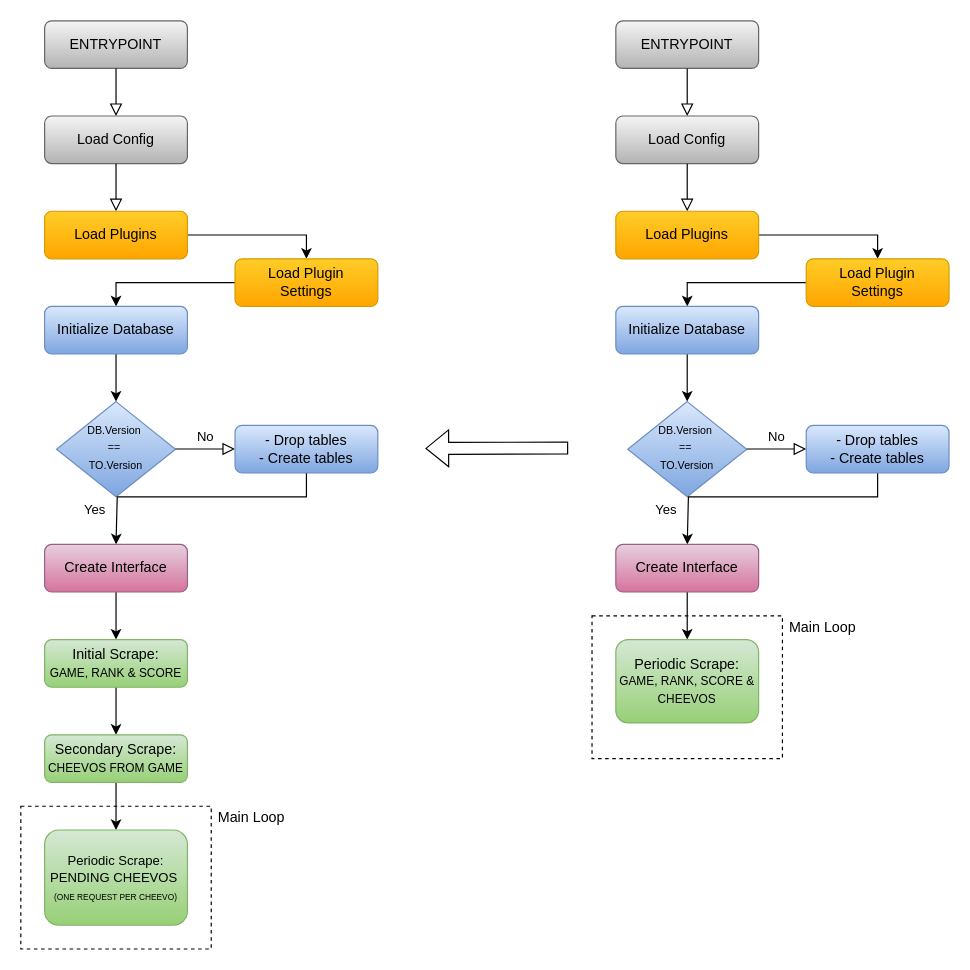
Above: doc/ra-scraper-migration.drawio in pinakure/TrackOverlayer (draw.io), before the change. Source tidied: cells renumbered, new cells numbered last; positions are measured from the earlier drawing's top-left corner, leaving out a move shared by most shapes. Both pictures are drawn from the tidied source at 119%, with x=0, y=0 at pixel (20, 20).
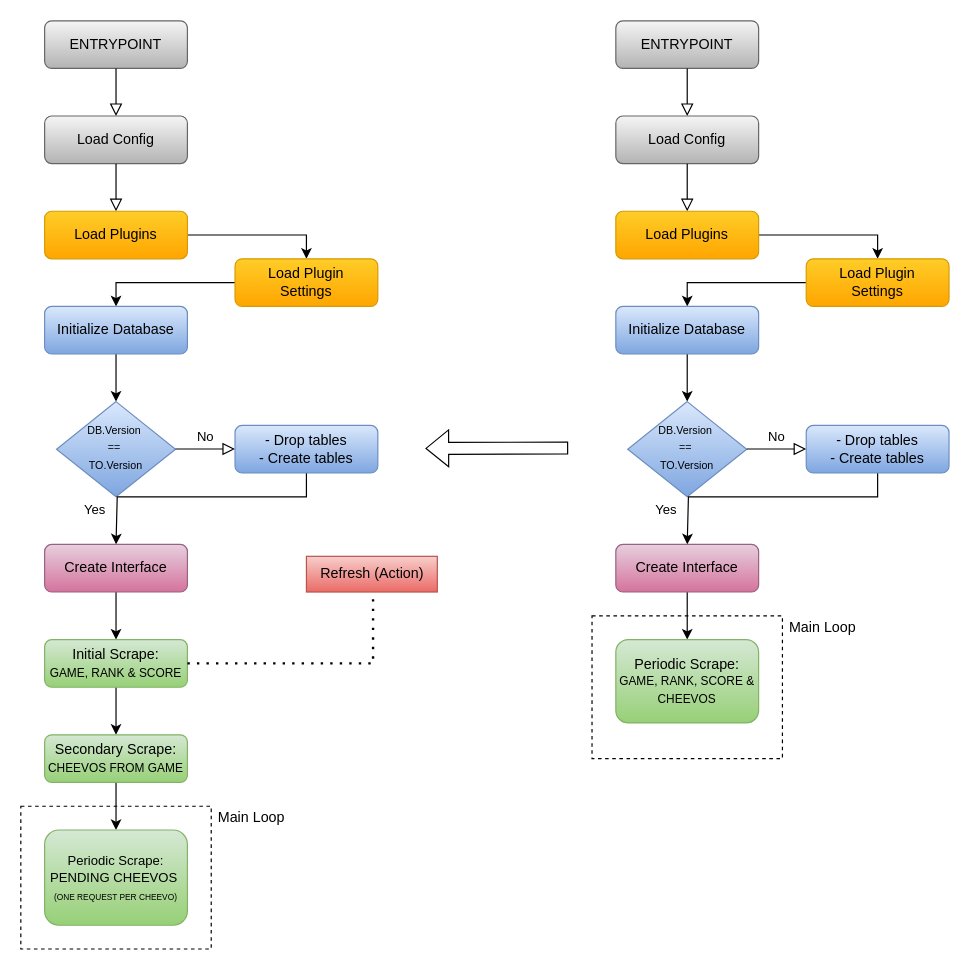
The same diagram, later.

The change refers to these unchanged cells:
```xml
<mxCell id="21" value="Initial Scrape:&lt;br&gt;&lt;font style=&quot;font-size: 10px;&quot;&gt;GAME, RANK &amp;amp;&amp;nbsp;SCORE&lt;/font&gt;" style="rounded=1;whiteSpace=wrap;html=1;fontSize=12;glass=0;strokeWidth=1;shadow=0;fillColor=#d5e8d4;strokeColor=#82b366;gradientColor=#97d077;" parent="1" vertex="1">
  <mxGeometry x="20" y="520" width="120" height="40" as="geometry" />
</mxCell>
```

Change to the diagram source:
```diff
@@
+    <mxCell id="47" style="endArrow=none;dashed=1;html=1;dashPattern=1 3;strokeWidth=2;rounded=0;exitX=1;exitY=0.5;exitDx=0;exitDy=0;" parent="1" edge="1" source="21">
+      <mxGeometry relative="1" as="geometry">
+        <mxPoint x="296" y="480" as="targetPoint" />
+        <Array as="points">
+          <mxPoint x="296" y="540" />
+        </Array>
+      </mxGeometry>
+    </mxCell>
+    <mxCell id="48" value="Refresh (Action)" style="text;html=1;align=center;verticalAlign=middle;strokeColor=#b85450;fillColor=#f8cecc;gradientColor=#ea6b66;" parent="1" vertex="1">
+      <mxGeometry x="240" y="450" width="110" height="30" as="geometry" />
+    </mxCell>
```
